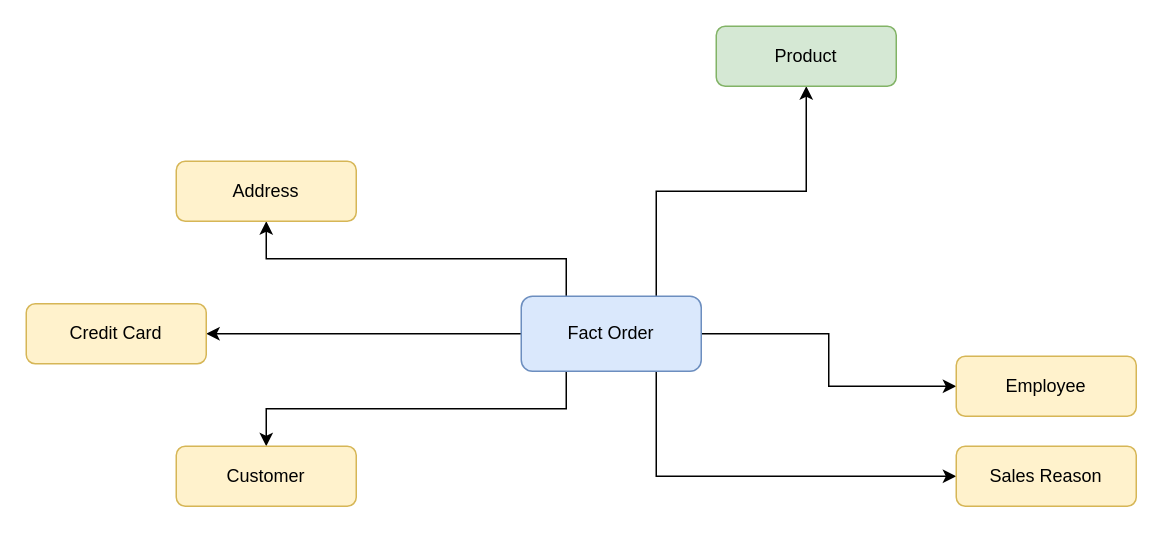
The draw.io diagram Star schema AdvWorks.drawio in marcon-droid/dw_AdventureWorks, before the edit. Source tidied: cells renumbered, new cells numbered last; positions are measured from the earlier drawing's top-left corner, leaving out a move shared by most shapes. Both pictures are drawn from the tidied source at 150%, with x=0, y=0 at pixel (26, 26).
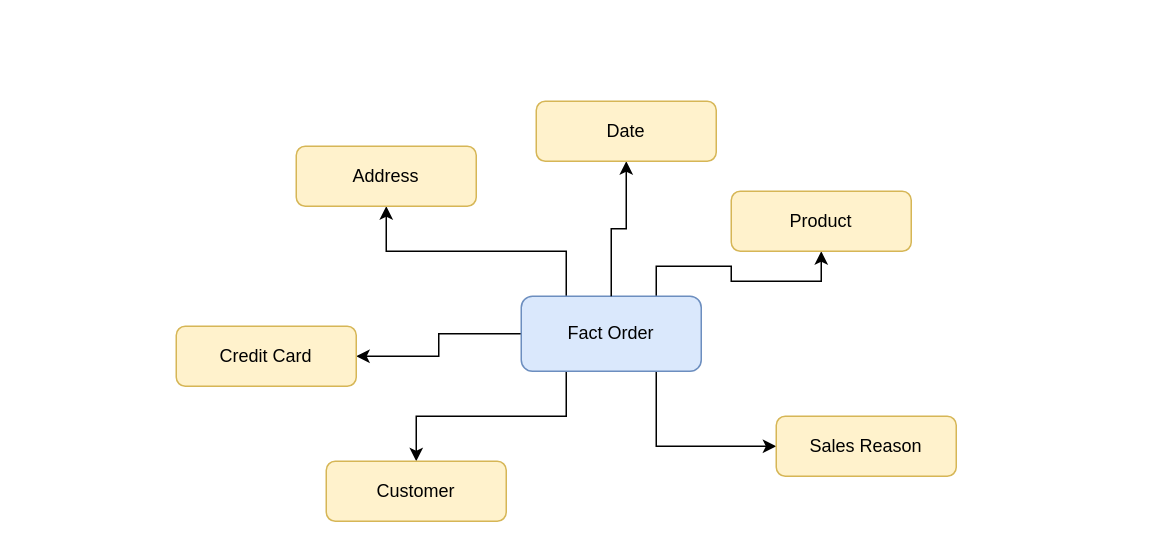
The same diagram, later.

The edit, as a diff of the source:
```diff
@@
 <mxGraphModel>
   <root>
     <mxCell id="0" />
     <mxCell id="1" parent="0" />
     <mxCell id="2" style="edgeStyle=orthogonalEdgeStyle;rounded=0;jettySize=auto;html=1;entryX=0.5;entryY=1;entryDx=0;entryDy=0;exitX=0.75;exitY=0;exitDx=0;exitDy=0;" parent="1" edge="1" source="8" target="11">
       <mxGeometry relative="1" as="geometry" />
     </mxCell>
     <mxCell id="3" style="edgeStyle=orthogonalEdgeStyle;rounded=0;jettySize=auto;html=1;entryX=0;entryY=0.5;entryDx=0;entryDy=0;exitX=0.75;exitY=1;exitDx=0;exitDy=0;" parent="1" edge="1" source="8" target="10">
       <mxGeometry relative="1" as="geometry" />
     </mxCell>
     <mxCell id="4" style="edgeStyle=orthogonalEdgeStyle;rounded=0;jettySize=auto;html=1;entryX=1;entryY=0.5;entryDx=0;entryDy=0;" parent="1" edge="1" source="8" target="12">
       <mxGeometry relative="1" as="geometry" />
     </mxCell>
     <mxCell id="5" style="edgeStyle=orthogonalEdgeStyle;rounded=0;jettySize=auto;html=1;exitX=0.25;exitY=1;exitDx=0;exitDy=0;" parent="1" edge="1" source="8" target="9">
       <mxGeometry relative="1" as="geometry" />
     </mxCell>
     <mxCell id="6" style="edgeStyle=orthogonalEdgeStyle;rounded=0;jettySize=auto;html=1;exitX=0.25;exitY=0;exitDx=0;exitDy=0;entryX=0.5;entryY=1;entryDx=0;entryDy=0;" parent="1" edge="1" source="8" target="13">
       <mxGeometry relative="1" as="geometry" />
     </mxCell>
-    <mxCell id="7" style="edgeStyle=orthogonalEdgeStyle;rounded=0;jettySize=auto;html=1;entryX=0;entryY=0.5;entryDx=0;entryDy=0;" parent="1" edge="1" source="8" target="14">
-      <mxGeometry relative="1" as="geometry" />
-    </mxCell>
     <mxCell id="8" value="Fact Order" style="rounded=1;whiteSpace=wrap;html=1;fillColor=#dae8fc;strokeColor=#6c8ebf;" parent="1" vertex="1">
       <mxGeometry x="330" y="180" width="120" height="50" as="geometry" />
     </mxCell>
     <mxCell id="9" value="Customer" style="rounded=1;whiteSpace=wrap;html=1;fillColor=#fff2cc;strokeColor=#d6b656;" parent="1" vertex="1">
-      <mxGeometry x="100" y="280" width="120" height="40" as="geometry" />
+      <mxGeometry x="200" y="290" width="120" height="40" as="geometry" />
     </mxCell>
     <mxCell id="10" value="Sales Reason" style="rounded=1;whiteSpace=wrap;html=1;fillColor=#fff2cc;strokeColor=#d6b656;" parent="1" vertex="1">
-      <mxGeometry x="620" y="280" width="120" height="40" as="geometry" />
+      <mxGeometry x="500" y="260" width="120" height="40" as="geometry" />
     </mxCell>
-    <mxCell id="11" value="Product" style="rounded=1;whiteSpace=wrap;html=1;fillColor=#d5e8d4;strokeColor=#82b366;" parent="1" vertex="1">
-      <mxGeometry x="460" width="120" height="40" as="geometry" />
+    <mxCell id="11" value="Product" style="rounded=1;whiteSpace=wrap;html=1;fillColor=#fff2cc;strokeColor=#d6b656;" parent="1" vertex="1">
+      <mxGeometry x="470" y="110" width="120" height="40" as="geometry" />
     </mxCell>
     <mxCell id="12" value="Credit Card" style="rounded=1;whiteSpace=wrap;html=1;fillColor=#fff2cc;strokeColor=#d6b656;" parent="1" vertex="1">
-      <mxGeometry y="185" width="120" height="40" as="geometry" />
+      <mxGeometry x="100" y="200" width="120" height="40" as="geometry" />
     </mxCell>
     <mxCell id="13" value="Address" style="rounded=1;whiteSpace=wrap;html=1;fillColor=#fff2cc;strokeColor=#d6b656;" parent="1" vertex="1">
-      <mxGeometry x="100" y="90" width="120" height="40" as="geometry" />
+      <mxGeometry x="180" y="80" width="120" height="40" as="geometry" />
     </mxCell>
-    <mxCell id="14" value="Employee" style="rounded=1;whiteSpace=wrap;html=1;fillColor=#fff2cc;strokeColor=#d6b656;" parent="1" vertex="1">
-      <mxGeometry x="620" y="220" width="120" height="40" as="geometry" />
-    </mxCell>
+    <mxCell id="15" style="edgeStyle=orthogonalEdgeStyle;rounded=0;jettySize=auto;html=1;entryX=0.5;entryY=1;entryDx=0;entryDy=0;exitX=0.5;exitY=0;exitDx=0;exitDy=0;" parent="1" edge="1" source="8" target="16">
+      <mxGeometry relative="1" as="geometry" />
+    </mxCell>
+    <mxCell id="16" value="Date" style="rounded=1;whiteSpace=wrap;html=1;fillColor=#fff2cc;strokeColor=#d6b656;" parent="1" vertex="1">
+      <mxGeometry x="340" y="50" width="120" height="40" as="geometry" />
+    </mxCell>
   </root>
 </mxGraphModel>
```
